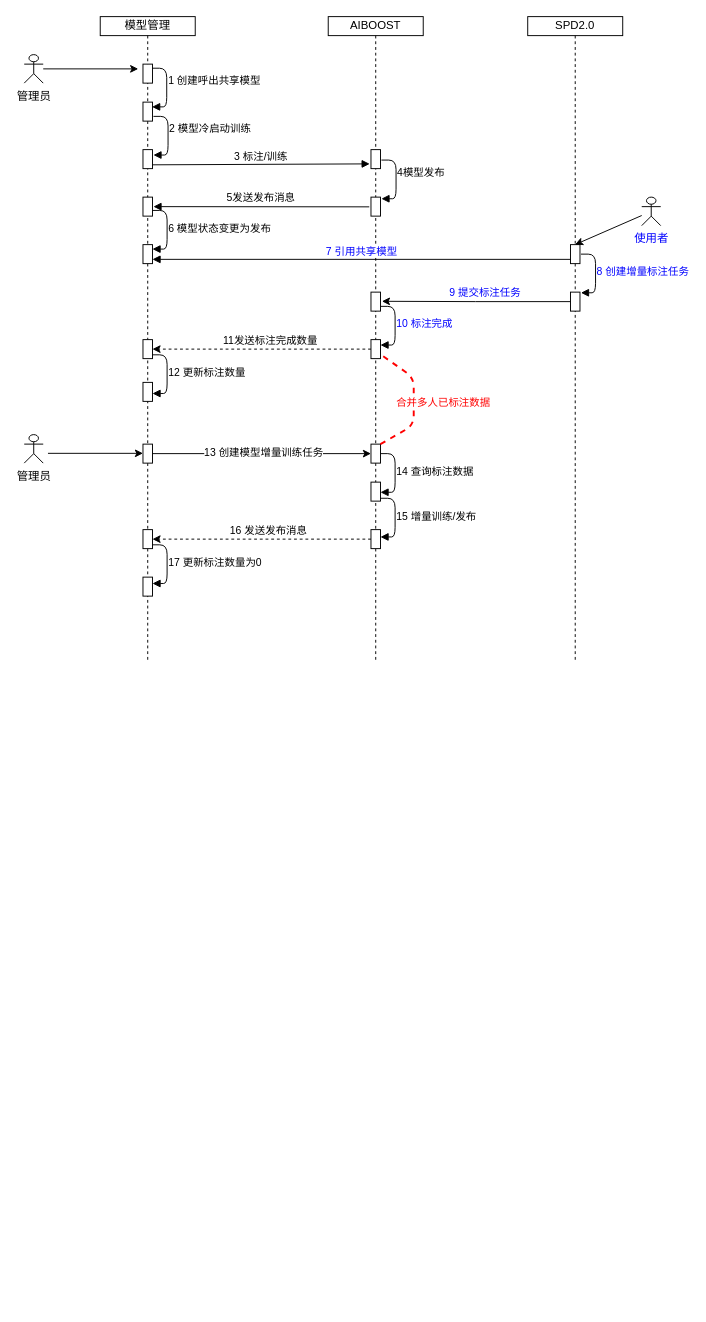
Above: model_share.drawio in trey03/draw (draw.io), before the change. Source tidied: cells renumbered, new cells numbered last; positions are measured from the earlier drawing's top-left corner, leaving out a move shared by most shapes. Both pictures are drawn from the tidied source at 95%, with x=0, y=0 at pixel (24, 16).
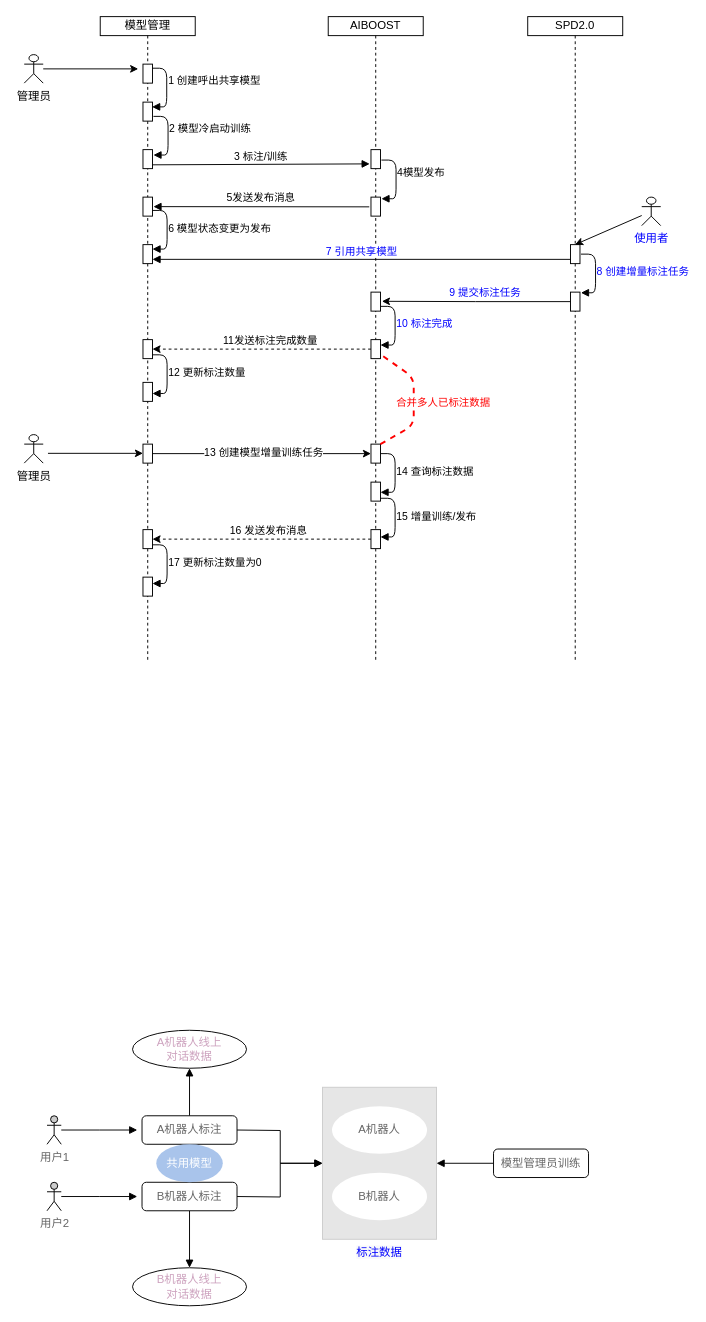
The same diagram, later.

What changed in the source:
```diff
@@
+    <mxCell id="53" style="rounded=0;whiteSpace=wrap;html=1;fontColor=#0000FF;fillColor=#E6E6E6;strokeColor=#CCCCCC;" parent="1" vertex="1">
+      <mxGeometry x="314" y="1127" width="120" height="160" as="geometry" />
+    </mxCell>
@@
+    <mxCell id="54" value="A机器人线上&lt;br&gt;对话数据" style="ellipse;whiteSpace=wrap;html=1;fontColor=#CDA2BE;" parent="1" vertex="1">
+      <mxGeometry x="114" y="1067" width="120" height="40" as="geometry" />
+    </mxCell>
+    <mxCell id="55" style="edgeStyle=orthogonalEdgeStyle;rounded=0;jettySize=auto;html=1;startArrow=none;startFill=0;endArrow=block;endFill=1;strokeColor=#000000;fontColor=#0000FF;exitX=0.5;exitY=0;exitDx=0;exitDy=0;" parent="1" edge="1" source="60" target="54">
+      <mxGeometry relative="1" as="geometry" />
+    </mxCell>
+    <mxCell id="56" style="edgeStyle=orthogonalEdgeStyle;rounded=0;jettySize=auto;html=1;startArrow=none;startFill=0;endArrow=block;endFill=1;strokeColor=#000000;fontColor=#0000FF;entryX=0;entryY=0.5;entryDx=0;entryDy=0;" parent="1" edge="1" target="53">
+      <mxGeometry relative="1" as="geometry">
+        <mxPoint x="224" y="1172" as="sourcePoint" />
+      </mxGeometry>
+    </mxCell>
+    <mxCell id="57" value="A机器人" style="ellipse;whiteSpace=wrap;html=1;strokeColor=none;fontColor=#666666;" parent="1" vertex="1">
+      <mxGeometry x="324" y="1147" width="100" height="50" as="geometry" />
+    </mxCell>
+    <mxCell id="58" style="edgeStyle=orthogonalEdgeStyle;rounded=0;jettySize=auto;html=1;startArrow=none;startFill=0;endArrow=block;endFill=1;strokeColor=#000000;fontColor=#0000FF;entryX=0;entryY=0.5;entryDx=0;entryDy=0;" parent="1" edge="1" target="53">
+      <mxGeometry relative="1" as="geometry">
+        <mxPoint x="224" y="1242" as="sourcePoint" />
+      </mxGeometry>
+    </mxCell>
+    <mxCell id="59" value="B机器人" style="ellipse;whiteSpace=wrap;html=1;strokeColor=none;fontColor=#666666;" parent="1" vertex="1">
+      <mxGeometry x="324" y="1217" width="100" height="50" as="geometry" />
+    </mxCell>
+    <mxCell id="60" value="A机器人标注" style="rounded=1;whiteSpace=wrap;html=1;fontColor=#666666;" parent="1" vertex="1">
+      <mxGeometry x="124" y="1157" width="100" height="30" as="geometry" />
+    </mxCell>
+    <mxCell id="61" style="edgeStyle=orthogonalEdgeStyle;rounded=0;jettySize=auto;html=1;startArrow=none;startFill=0;endArrow=block;endFill=1;strokeColor=#000000;fontColor=#0000FF;" parent="1" edge="1" source="62" target="63">
+      <mxGeometry relative="1" as="geometry" />
+    </mxCell>
+    <mxCell id="62" value="B机器人标注" style="rounded=1;whiteSpace=wrap;html=1;fontColor=#666666;" parent="1" vertex="1">
+      <mxGeometry x="124" y="1227" width="100" height="30" as="geometry" />
+    </mxCell>
+    <mxCell id="63" value="B机器人线上&lt;br&gt;对话数据" style="ellipse;whiteSpace=wrap;html=1;fontColor=#CDA2BE;" parent="1" vertex="1">
+      <mxGeometry x="114" y="1317" width="120" height="40" as="geometry" />
+    </mxCell>
+    <mxCell id="64" value="&lt;span style=&quot;color: rgb(0, 0, 255); font-family: helvetica; font-size: 12px; font-style: normal; font-weight: 400; letter-spacing: normal; text-align: center; text-indent: 0px; text-transform: none; word-spacing: 0px; background-color: rgb(248, 249, 250); display: inline; float: none;&quot;&gt;标注数据&lt;/span&gt;" style="text;whiteSpace=wrap;html=1;fontColor=#666666;" parent="1" vertex="1">
+      <mxGeometry x="347.5" y="1287" width="53" height="30" as="geometry" />
+    </mxCell>
+    <mxCell id="65" style="edgeStyle=orthogonalEdgeStyle;rounded=0;jettySize=auto;html=1;startArrow=none;startFill=0;endArrow=block;endFill=1;strokeColor=#000000;fontColor=#666666;" parent="1" edge="1" source="66">
+      <mxGeometry relative="1" as="geometry">
+        <mxPoint x="119" y="1172" as="targetPoint" />
+      </mxGeometry>
+    </mxCell>
+    <mxCell id="66" value="用户1" style="shape=umlActor;verticalLabelPosition=bottom;verticalAlign=top;html=1;rounded=0;fillColor=#CCCCCC;fontColor=#666666;" parent="1" vertex="1">
+      <mxGeometry x="24" y="1157" width="15" height="30" as="geometry" />
+    </mxCell>
+    <mxCell id="67" style="edgeStyle=orthogonalEdgeStyle;rounded=0;jettySize=auto;html=1;startArrow=none;startFill=0;endArrow=block;endFill=1;strokeColor=#000000;fontColor=#666666;" parent="1" edge="1" source="68">
+      <mxGeometry relative="1" as="geometry">
+        <mxPoint x="119" y="1242" as="targetPoint" />
+      </mxGeometry>
+    </mxCell>
+    <mxCell id="68" value="用户2" style="shape=umlActor;verticalLabelPosition=bottom;verticalAlign=top;html=1;rounded=0;fillColor=#CCCCCC;fontColor=#666666;" parent="1" vertex="1">
+      <mxGeometry x="24" y="1227" width="15" height="30" as="geometry" />
+    </mxCell>
+    <mxCell id="69" style="edgeStyle=orthogonalEdgeStyle;rounded=0;jettySize=auto;html=1;startArrow=none;startFill=0;endArrow=block;endFill=1;strokeColor=#000000;fontColor=#666666;" parent="1" edge="1" source="70" target="53">
+      <mxGeometry relative="1" as="geometry" />
+    </mxCell>
+    <mxCell id="70" value="模型管理员训练" style="rounded=1;whiteSpace=wrap;html=1;fontColor=#666666;" parent="1" vertex="1">
+      <mxGeometry x="494" y="1192" width="100" height="30" as="geometry" />
+    </mxCell>
+    <mxCell id="71" value="共用模型" style="ellipse;whiteSpace=wrap;html=1;rounded=0;fillColor=#A9C4EB;strokeColor=none;fontColor=#FFFFFF;" parent="1" vertex="1">
+      <mxGeometry x="139" y="1187" width="70" height="40" as="geometry" />
+    </mxCell>
```
